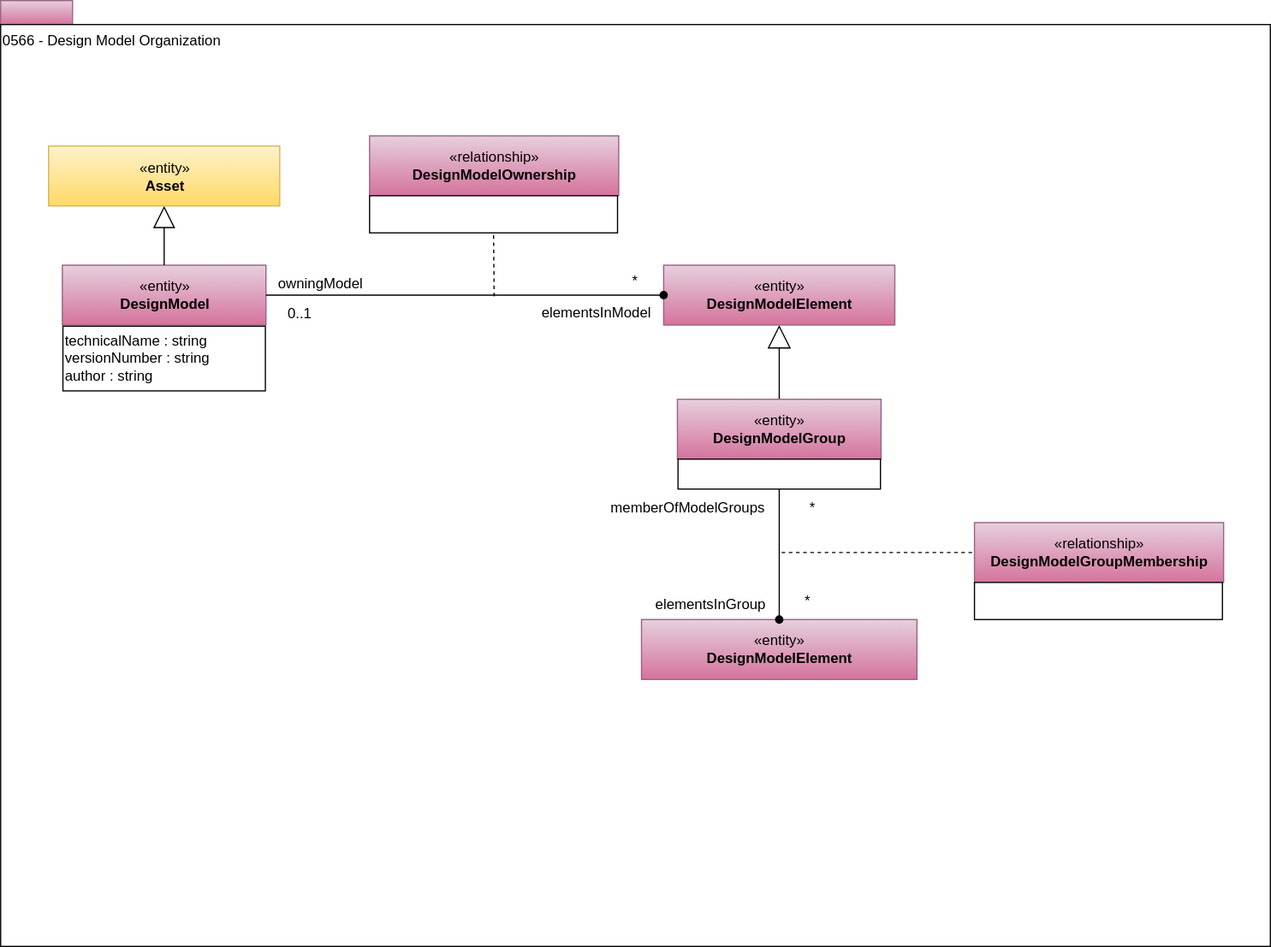
This is site/docs/types/5/0566-Design-Model-Organization.svg from odpi/egeria-docs, a draw.io export, as it was before one commit. Source tidied: cells renumbered, new cells last; positions are measured from the earlier drawing's top-left corner, leaving out a move shared by most shapes. Source of this version:
```xml
<mxGraphModel>
  <root>
    <mxCell id="0" />
    <mxCell id="1" parent="0" />
    <mxCell id="2" style="rounded=0;whiteSpace=wrap;html=1;align=left;fillColor=#e6d0de;strokeColor=#996185;gradientColor=#d5739d;" parent="1" vertex="1">
      <mxGeometry width="60" height="20" as="geometry" />
    </mxCell>
    <mxCell id="3" value="0566 - Design Model Organization" style="rounded=0;whiteSpace=wrap;html=1;align=left;verticalAlign=top;" parent="1" vertex="1">
      <mxGeometry y="20" width="1060" height="770" as="geometry" />
    </mxCell>
    <mxCell id="4" value="«entity»&lt;br&gt;&lt;b&gt;DesignModelElement&lt;/b&gt;" style="html=1;strokeColor=#996185;align=center;fillColor=#e6d0de;gradientColor=#d5739d;" parent="1" vertex="1">
      <mxGeometry x="535" y="517" width="230" height="50" as="geometry" />
    </mxCell>
    <mxCell id="5" value="0..1" style="text;html=1;strokeColor=none;fillColor=none;align=center;verticalAlign=middle;whiteSpace=wrap;rounded=0;" parent="1" vertex="1">
      <mxGeometry x="229.5" y="251.5" width="40" height="20" as="geometry" />
    </mxCell>
    <mxCell id="6" value="«relationship»&lt;br&gt;&lt;b&gt;DesignModelOwnership&lt;/b&gt;" style="html=1;strokeColor=#996185;align=center;fillColor=#e6d0de;gradientColor=#d5739d;" parent="1" vertex="1">
      <mxGeometry x="308" y="113" width="208" height="50" as="geometry" />
    </mxCell>
    <mxCell id="7" style="endArrow=none;dashed=1;html=1;entryX=0.5;entryY=1;entryDx=0;entryDy=0;" parent="1" edge="1" target="8">
      <mxGeometry relative="1" as="geometry">
        <mxPoint x="412" y="247" as="sourcePoint" />
      </mxGeometry>
    </mxCell>
    <mxCell id="8" value="&lt;div style=&quot;text-align: left&quot;&gt;&lt;br&gt;&lt;/div&gt;" style="rounded=0;whiteSpace=wrap;html=1;strokeColor=#000000;gradientColor=#ffffff;align=left;" parent="1" vertex="1">
      <mxGeometry x="308" y="163" width="207" height="31" as="geometry" />
    </mxCell>
    <mxCell id="9" value="*" style="text;html=1;strokeColor=none;fillColor=none;align=center;verticalAlign=middle;whiteSpace=wrap;rounded=0;" parent="1" vertex="1">
      <mxGeometry x="510" y="225.2" width="40" height="20" as="geometry" />
    </mxCell>
    <mxCell id="10" value="«entity»&lt;br&gt;&lt;b&gt;DesignModel&lt;/b&gt;" style="html=1;strokeColor=#996185;align=center;fillColor=#e6d0de;gradientColor=#d5739d;" parent="1" vertex="1">
      <mxGeometry x="51.5" y="221" width="170" height="50" as="geometry" />
    </mxCell>
    <mxCell id="11" value="technicalName : string&lt;br&gt;versionNumber : string&lt;br&gt;author : string&lt;span&gt;&lt;br&gt;&lt;/span&gt;" style="rounded=0;whiteSpace=wrap;html=1;strokeColor=#000000;gradientColor=#ffffff;align=left;" parent="1" vertex="1">
      <mxGeometry x="52" y="272" width="169" height="54" as="geometry" />
    </mxCell>
    <mxCell id="12" style="edgeStyle=orthogonalEdgeStyle;rounded=0;jettySize=auto;html=1;endArrow=block;endFill=0;endSize=16;entryX=0.5;entryY=1;entryDx=0;entryDy=0;" parent="1" edge="1" source="10" target="26">
      <mxGeometry relative="1" as="geometry">
        <Array as="points">
          <mxPoint x="137" y="205.5" />
          <mxPoint x="137" y="205.5" />
        </Array>
      </mxGeometry>
    </mxCell>
    <mxCell id="13" style="edgeStyle=orthogonalEdgeStyle;rounded=0;jettySize=auto;html=1;exitX=0.5;exitY=0;exitDx=0;exitDy=0;entryX=0.5;entryY=1;entryDx=0;entryDy=0;endArrow=block;endFill=0;endSize=17;" parent="1" edge="1" source="14" target="25">
      <mxGeometry relative="1" as="geometry" />
    </mxCell>
    <mxCell id="14" value="«entity»&lt;br&gt;&lt;b&gt;DesignModelGroup&lt;/b&gt;" style="html=1;strokeColor=#996185;align=center;fillColor=#e6d0de;gradientColor=#d5739d;" parent="1" vertex="1">
      <mxGeometry x="565" y="333" width="170" height="50" as="geometry" />
    </mxCell>
    <mxCell id="15" value="&lt;span&gt;&lt;br&gt;&lt;/span&gt;" style="rounded=0;whiteSpace=wrap;html=1;strokeColor=#000000;gradientColor=#ffffff;align=left;" parent="1" vertex="1">
      <mxGeometry x="565.5" y="383" width="169" height="25" as="geometry" />
    </mxCell>
    <mxCell id="16" value="owningModel" style="text;html=1;align=left;verticalAlign=top;spacingTop=-4;" parent="1" vertex="1">
      <mxGeometry x="229.5" y="227" width="81" height="14" as="geometry" />
    </mxCell>
    <mxCell id="17" value="elementsInModel" style="text;html=1;align=left;verticalAlign=top;spacingTop=-4;fontColor=#000000;" parent="1" vertex="1">
      <mxGeometry x="450" y="250.8" width="101" height="14" as="geometry" />
    </mxCell>
    <mxCell id="18" value="elementsInGroup" style="text;html=1;align=left;verticalAlign=top;spacingTop=-4;fontColor=#000000;" parent="1" vertex="1">
      <mxGeometry x="545" y="495" width="102" height="14" as="geometry" />
    </mxCell>
    <mxCell id="19" value="«relationship»&lt;br&gt;&lt;b&gt;DesignModelGroupMembership&lt;/b&gt;" style="html=1;strokeColor=#996185;align=center;fillColor=#e6d0de;gradientColor=#d5739d;" parent="1" vertex="1">
      <mxGeometry x="813" y="436" width="208" height="50" as="geometry" />
    </mxCell>
    <mxCell id="20" style="endArrow=none;dashed=1;html=1;entryX=0;entryY=0.5;entryDx=0;entryDy=0;" parent="1" edge="1" target="19">
      <mxGeometry relative="1" as="geometry">
        <mxPoint x="652" y="461" as="sourcePoint" />
      </mxGeometry>
    </mxCell>
    <mxCell id="21" value="&lt;div style=&quot;text-align: left&quot;&gt;&lt;br&gt;&lt;/div&gt;" style="rounded=0;whiteSpace=wrap;html=1;strokeColor=#000000;gradientColor=#ffffff;align=left;" parent="1" vertex="1">
      <mxGeometry x="813" y="486" width="207" height="31" as="geometry" />
    </mxCell>
    <mxCell id="22" value="memberOfModelGroups" style="text;html=1;strokeColor=none;fillColor=none;align=center;verticalAlign=middle;whiteSpace=wrap;rounded=0;" parent="1" vertex="1">
      <mxGeometry x="528" y="414" width="92" height="20" as="geometry" />
    </mxCell>
    <mxCell id="23" value="*" style="text;html=1;strokeColor=none;fillColor=none;align=center;verticalAlign=middle;whiteSpace=wrap;rounded=0;" parent="1" vertex="1">
      <mxGeometry x="657.5" y="414" width="40" height="20" as="geometry" />
    </mxCell>
    <mxCell id="24" value="*" style="text;html=1;strokeColor=none;fillColor=none;align=center;verticalAlign=middle;whiteSpace=wrap;rounded=0;" parent="1" vertex="1">
      <mxGeometry x="654" y="492" width="40" height="20" as="geometry" />
    </mxCell>
    <mxCell id="25" value="«entity»&lt;br&gt;&lt;b&gt;DesignModelElement&lt;/b&gt;" style="html=1;strokeColor=#996185;align=center;fillColor=#e6d0de;gradientColor=#d5739d;" parent="1" vertex="1">
      <mxGeometry x="553.5" y="221" width="193" height="50" as="geometry" />
    </mxCell>
    <mxCell id="26" value="«entity»&lt;br&gt;&lt;b&gt;Asset&lt;/b&gt;" style="html=1;strokeColor=#d6b656;align=center;fillColor=#fff2cc;gradientColor=#ffd966;" parent="1" vertex="1">
      <mxGeometry x="40" y="121.5" width="193" height="50" as="geometry" />
    </mxCell>
    <mxCell id="27" style="edgeStyle=orthogonalEdgeStyle;rounded=0;jettySize=auto;html=1;endArrow=oval;endFill=1;entryX=0;entryY=0.5;entryDx=0;entryDy=0;" parent="1" edge="1" source="10" target="25">
      <mxGeometry relative="1" as="geometry">
        <Array as="points">
          <mxPoint x="554" y="247" />
        </Array>
      </mxGeometry>
    </mxCell>
    <mxCell id="28" style="edgeStyle=orthogonalEdgeStyle;rounded=0;jettySize=auto;html=1;endArrow=none;endFill=0;startArrow=oval;startFill=1;" parent="1" edge="1" source="4" target="15">
      <mxGeometry relative="1" as="geometry" />
    </mxCell>
  </root>
</mxGraphModel>
```
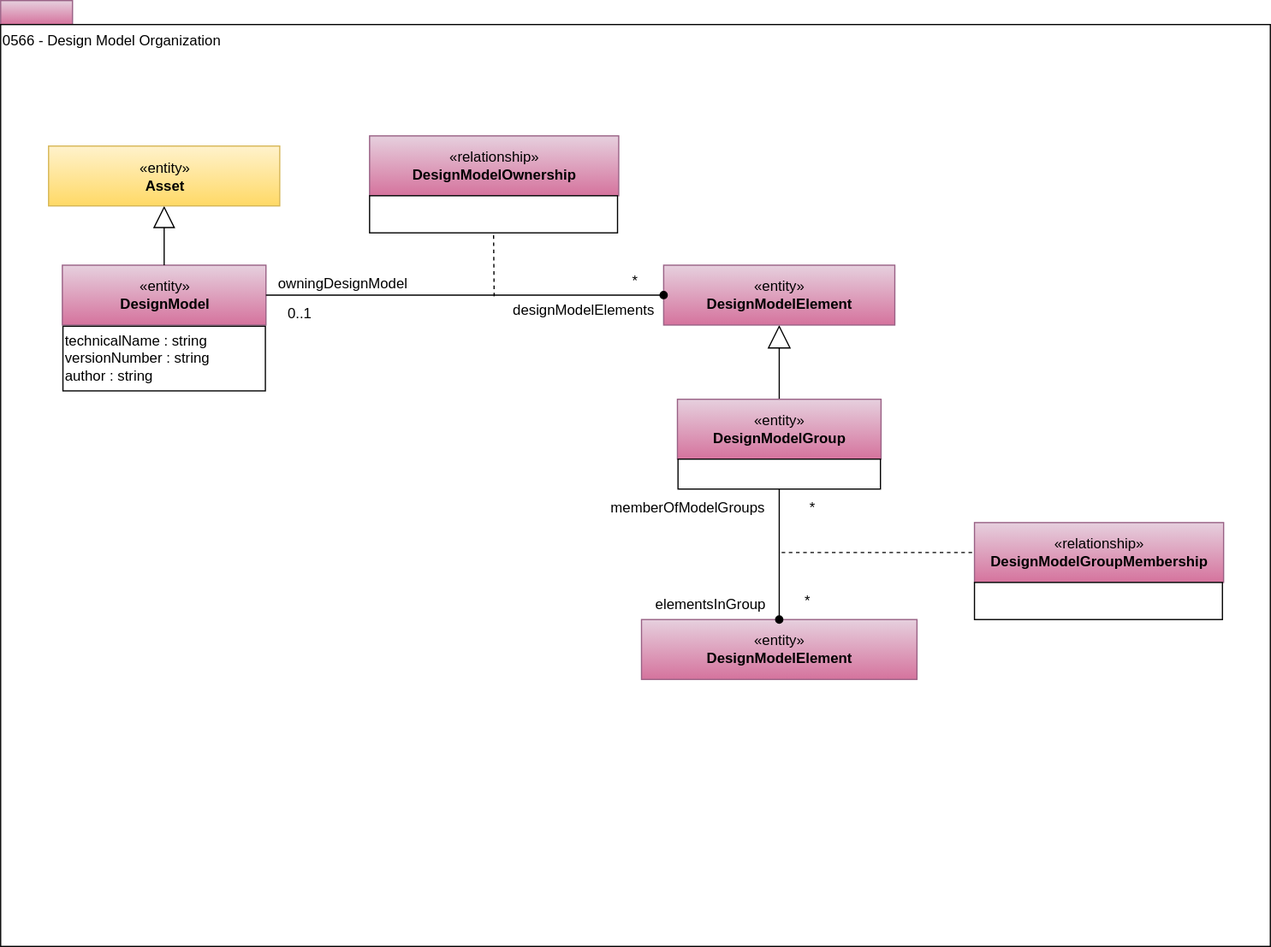
After the commit.

Change to the diagram source:
```diff
@@ -51,11 +51,11 @@
     <mxCell id="15" value="&lt;span&gt;&lt;br&gt;&lt;/span&gt;" style="rounded=0;whiteSpace=wrap;html=1;strokeColor=#000000;gradientColor=#ffffff;align=left;" parent="1" vertex="1">
       <mxGeometry x="565.5" y="383" width="169" height="25" as="geometry" />
     </mxCell>
-    <mxCell id="16" value="owningModel" style="text;html=1;align=left;verticalAlign=top;spacingTop=-4;" parent="1" vertex="1">
-      <mxGeometry x="229.5" y="227" width="81" height="14" as="geometry" />
+    <mxCell id="16" value="owningDesignModel" style="text;html=1;align=left;verticalAlign=top;spacingTop=-4;" parent="1" vertex="1">
+      <mxGeometry x="229.5" y="227" width="118" height="14" as="geometry" />
     </mxCell>
-    <mxCell id="17" value="elementsInModel" style="text;html=1;align=left;verticalAlign=top;spacingTop=-4;fontColor=#000000;" parent="1" vertex="1">
-      <mxGeometry x="450" y="250.8" width="101" height="14" as="geometry" />
+    <mxCell id="17" value="designModelElements" style="text;html=1;align=left;verticalAlign=top;spacingTop=-4;fontColor=#000000;" parent="1" vertex="1">
+      <mxGeometry x="425.5" y="249" width="128" height="14" as="geometry" />
     </mxCell>
     <mxCell id="18" value="elementsInGroup" style="text;html=1;align=left;verticalAlign=top;spacingTop=-4;fontColor=#000000;" parent="1" vertex="1">
       <mxGeometry x="545" y="495" width="102" height="14" as="geometry" />
```
